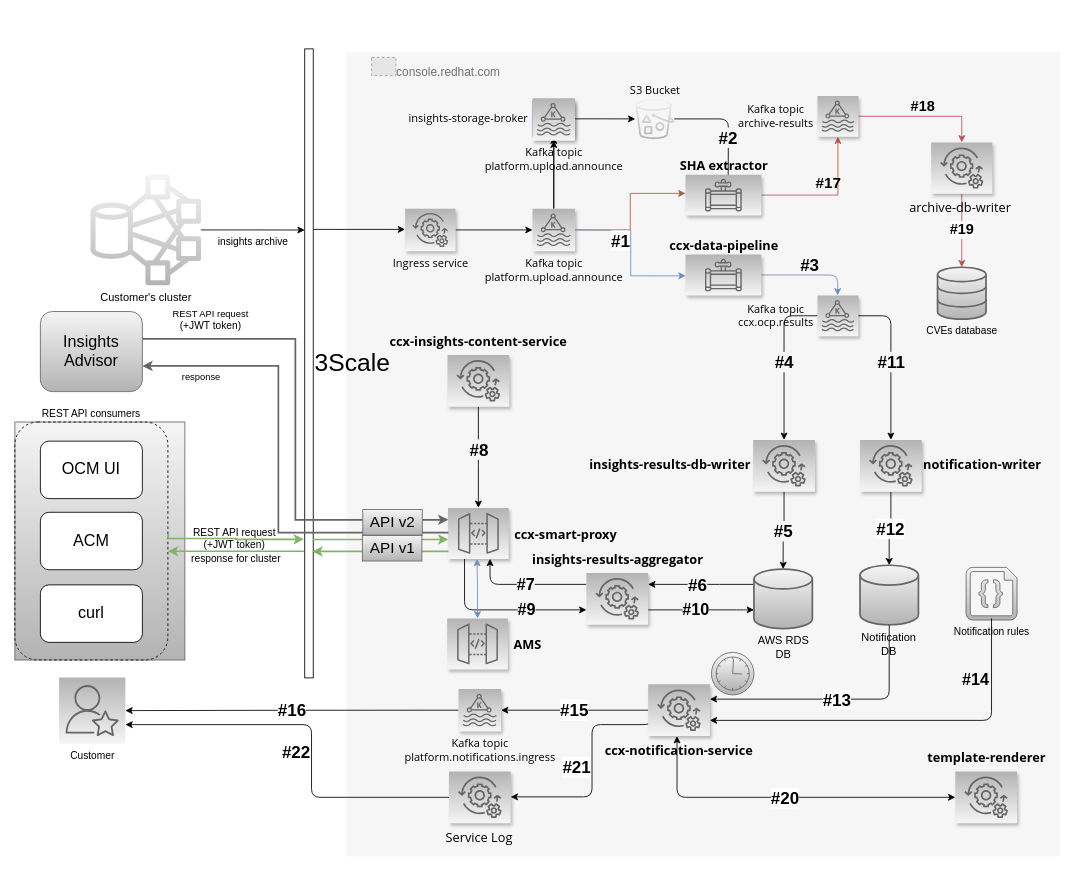
Above: docs/demos/overall_architecture_graph/Overall_architecture_grayscale.drawio in RedHatInsights/insights-results-smart-proxy (draw.io), before the change. Source tidied: cells renumbered, new cells numbered last; positions are measured from the earlier drawing's top-left corner, leaving out a move shared by most shapes. Both pictures are drawn from the tidied source at 85%, with x=0, y=0 at pixel (14, 14). Pictures stored in the file or linked from it are replaced by grey dashed boxes.
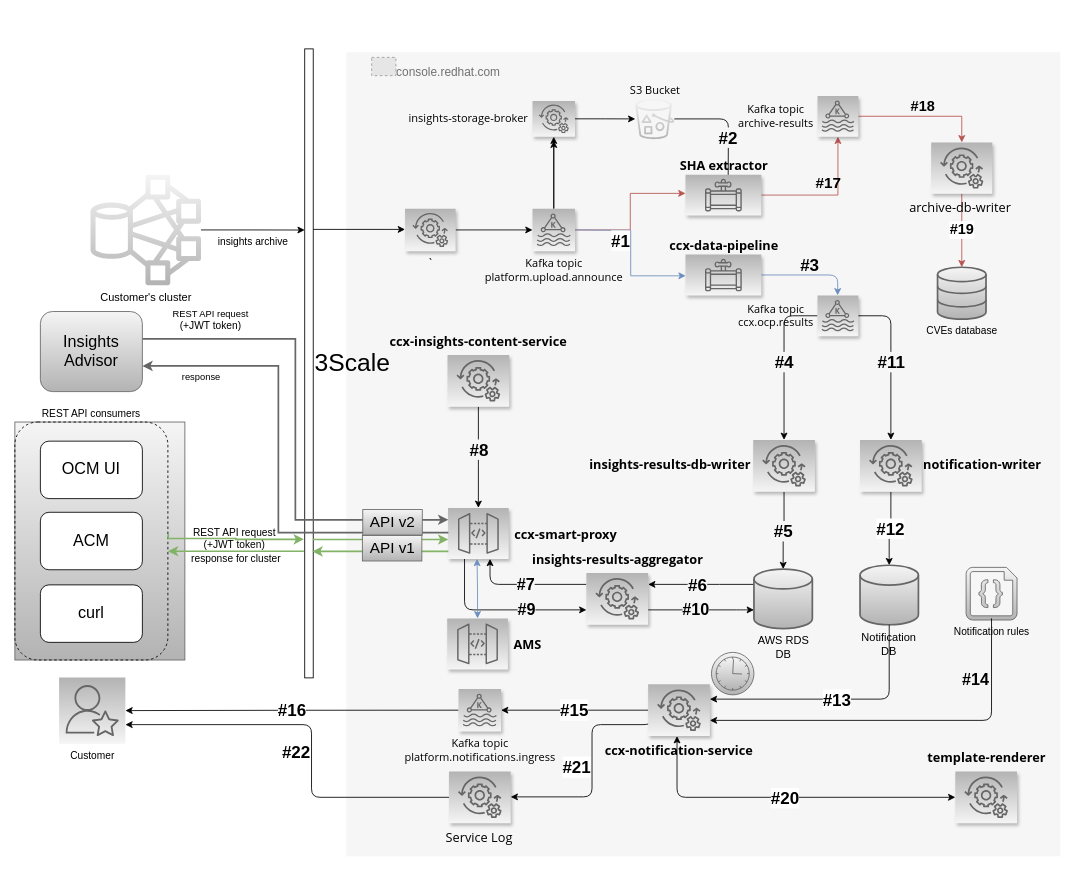
Above is the later version.

Unchanged cells that the change refers to:
```xml
<mxCell id="7" value="&lt;div style=&quot;font-size: 13px;&quot;&gt;Kafka topic&lt;/div&gt;&lt;div style=&quot;font-size: 13px;&quot;&gt;platform.upload.announce&lt;/div&gt;" style="outlineConnect=0;gradientDirection=north;fillColor=#f5f5f5;strokeColor=#666666;dashed=0;verticalLabelPosition=bottom;verticalAlign=top;align=center;html=1;fontSize=13;fontStyle=0;shape=mxgraph.aws4.resourceIcon;resIcon=mxgraph.aws4.managed_streaming_for_kafka;labelPosition=center;shadow=1;fontFamily=Open Sans;gradientColor=#b3b3b3;" parent="1" vertex="1">
  <mxGeometry x="609" y="228" width="50" height="50" as="geometry" />
</mxCell>
```

Change to the diagram source:
```diff
@@
-    <mxCell id="6" style="edgeStyle=orthogonalEdgeStyle;rounded=0;jettySize=auto;html=1;" parent="1" edge="1" source="7" target="82">
-      <mxGeometry relative="1" as="geometry" />
+    <mxCell id="6" style="edgeStyle=orthogonalEdgeStyle;rounded=0;jettySize=auto;html=1;" parent="1" edge="1" source="7">
+      <mxGeometry relative="1" as="geometry">
+        <mxPoint x="634" y="148" as="targetPoint" />
+      </mxGeometry>
     </mxCell>
@@
-    <mxCell id="10" value="Ingress service" style="outlineConnect=0;gradientDirection=north;fillColor=#f5f5f5;strokeColor=#666666;dashed=0;verticalLabelPosition=bottom;verticalAlign=top;align=center;html=1;fontSize=13;fontStyle=0;shape=mxgraph.aws4.resourceIcon;resIcon=mxgraph.aws4.managed_services;fontFamily=Open Sans;shadow=1;labelBorderColor=none;labelBackgroundColor=none;gradientColor=#b3b3b3;" parent="1" vertex="1">
+    <mxCell id="10" value="`" style="outlineConnect=0;gradientDirection=north;fillColor=#f5f5f5;strokeColor=#666666;dashed=0;verticalLabelPosition=bottom;verticalAlign=top;align=center;html=1;fontSize=13;fontStyle=0;shape=mxgraph.aws4.resourceIcon;resIcon=mxgraph.aws4.managed_services;fontFamily=Open Sans;shadow=1;labelBorderColor=none;labelBackgroundColor=none;gradientColor=#b3b3b3;" parent="1" vertex="1">
       <mxGeometry x="459" y="228" width="59.5" height="50" as="geometry" />
     </mxCell>
@@
-    <mxCell id="13" value="&lt;div align=&quot;right&quot;&gt;insights-storage-broker&lt;/div&gt;" style="outlineConnect=0;fontColor=#000000;gradientColor=#945DF2;gradientDirection=north;fillColor=#5A30B5;strokeColor=#FFFFFF;dashed=0;verticalLabelPosition=middle;verticalAlign=middle;align=right;html=1;fontSize=13;fontStyle=0;shape=mxgraph.aws4.resourceIcon;resIcon=mxgraph.aws4.managed_services;fontFamily=Open Sans;labelPosition=left;shadow=1;spacingRight=4;" parent="1" vertex="1">
+    <mxCell id="13" value="&lt;div align=&quot;right&quot;&gt;insights-storage-broker&lt;/div&gt;" style="outlineConnect=0;gradientColor=#b3b3b3;gradientDirection=north;fillColor=#f5f5f5;strokeColor=#666666;dashed=0;verticalLabelPosition=middle;verticalAlign=middle;align=right;html=1;fontSize=13;fontStyle=0;shape=mxgraph.aws4.resourceIcon;resIcon=mxgraph.aws4.managed_services;fontFamily=Open Sans;labelPosition=left;shadow=1;spacingRight=4;" parent="1" vertex="1">
       <mxGeometry x="609" y="101.3" width="50" height="42" as="geometry" />
     </mxCell>
@@
-    <mxCell id="82" value="&lt;div style=&quot;font-size: 13px;&quot;&gt;Kafka topic&lt;/div&gt;&lt;div style=&quot;font-size: 13px;&quot;&gt;platform.upload.announce&lt;/div&gt;" style="outlineConnect=0;gradientDirection=north;fillColor=#f5f5f5;strokeColor=#666666;dashed=0;verticalLabelPosition=bottom;verticalAlign=top;align=center;html=1;fontSize=13;fontStyle=0;shape=mxgraph.aws4.resourceIcon;resIcon=mxgraph.aws4.managed_streaming_for_kafka;labelPosition=center;shadow=1;fontFamily=Open Sans;gradientColor=#b3b3b3;" parent="1" vertex="1">
-      <mxGeometry x="609" y="98" width="50" height="50" as="geometry" />
-    </mxCell>
```
